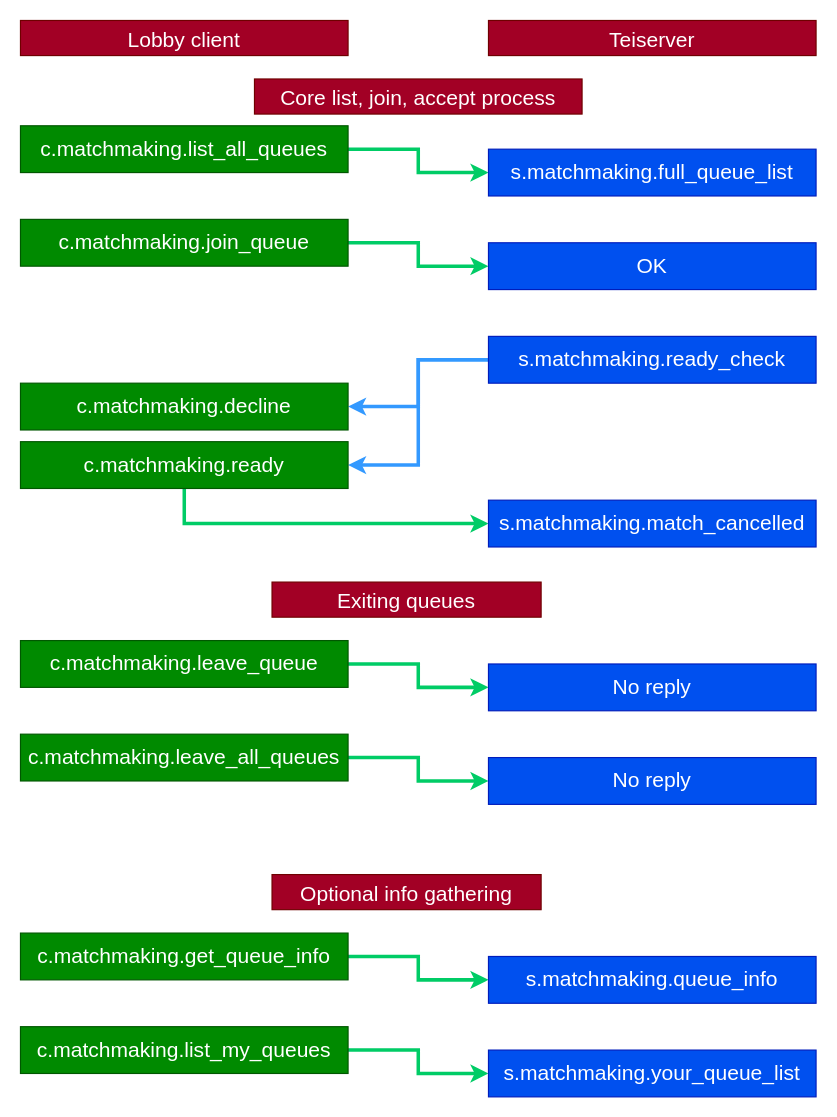
Earlier version of the draw.io diagram documents/images/matchmaking.drawio (beyond-all-reason/teiserver). Source tidied: cells renumbered, new cells numbered last; positions are measured from the earlier drawing's top-left corner, leaving out a move shared by most shapes. Both pictures are drawn from the tidied source at 117%, with x=0, y=0 at pixel (20, 20).
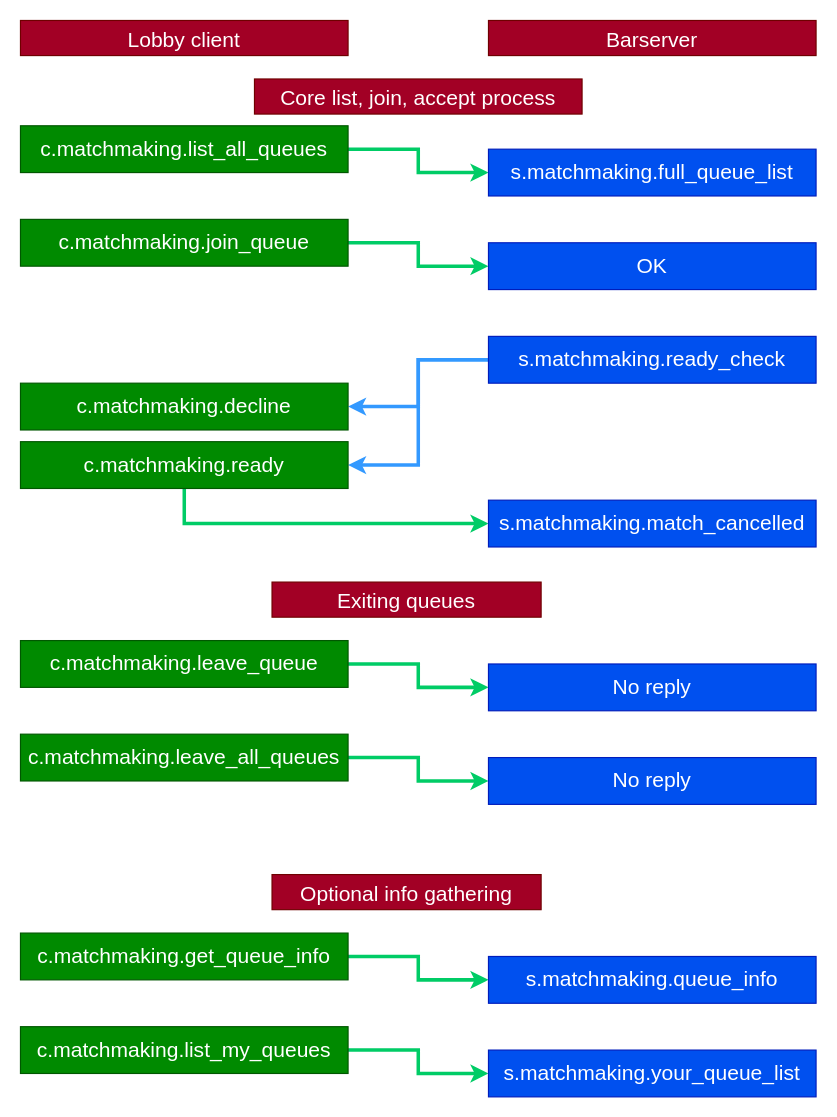
Above is the later version.

The edit, as a diff of the source:
```diff
@@
-    <mxCell id="31" value="&lt;span style=&quot;font-family: &amp;#34;helvetica&amp;#34; ; font-size: 18px ; font-style: normal ; font-weight: 400 ; letter-spacing: normal ; text-indent: 0px ; text-transform: none ; word-spacing: 0px ; display: inline ; float: none&quot;&gt;Teiserver&lt;br&gt;&lt;/span&gt;" style="text;whiteSpace=wrap;html=1;align=center;labelBackgroundColor=none;fillColor=#a20025;strokeColor=#6F0000;fontColor=#ffffff;" parent="1" vertex="1">
+    <mxCell id="31" value="&lt;span style=&quot;font-family: &amp;#34;helvetica&amp;#34; ; font-size: 18px ; font-style: normal ; font-weight: 400 ; letter-spacing: normal ; text-indent: 0px ; text-transform: none ; word-spacing: 0px ; display: inline ; float: none&quot;&gt;Barserver&lt;br&gt;&lt;/span&gt;" style="text;whiteSpace=wrap;html=1;align=center;labelBackgroundColor=none;fillColor=#a20025;strokeColor=#6F0000;fontColor=#ffffff;" parent="1" vertex="1">
       <mxGeometry x="400" width="280" height="30" as="geometry" />
     </mxCell>
```
